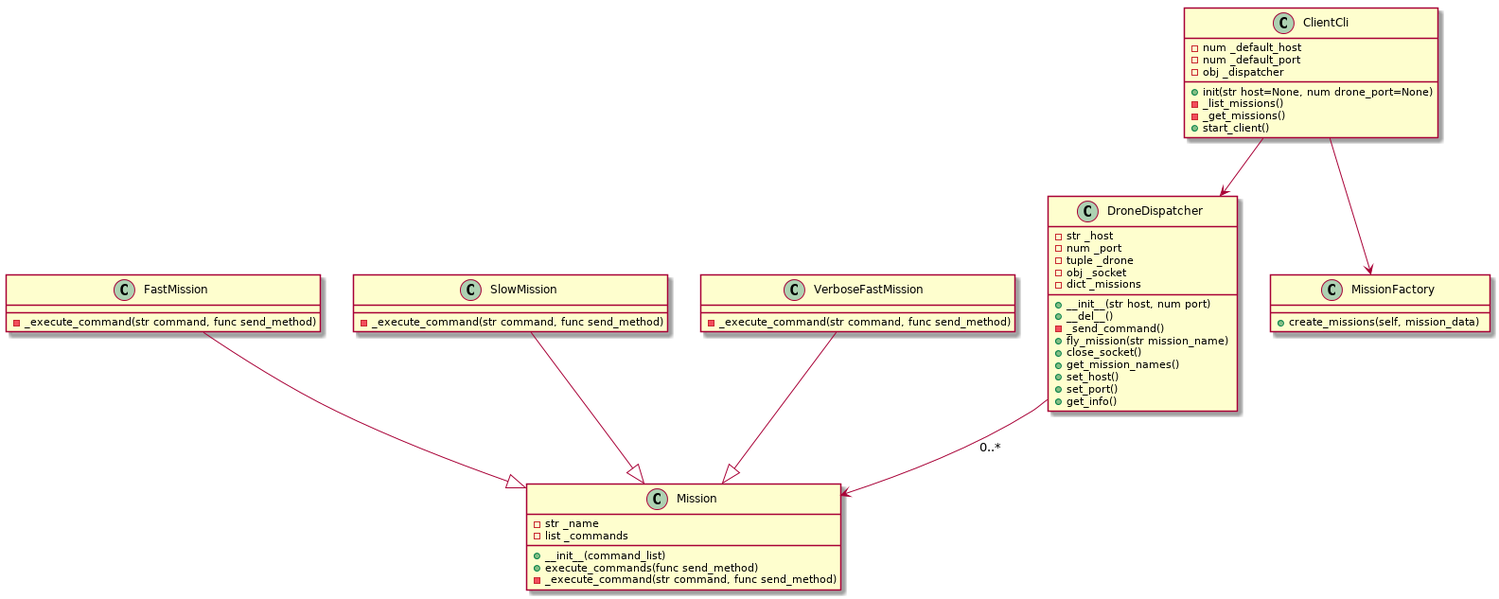
Above: classDiagrams.png in garryjable/TelloDroneMk2 (PlantUML), before the change.
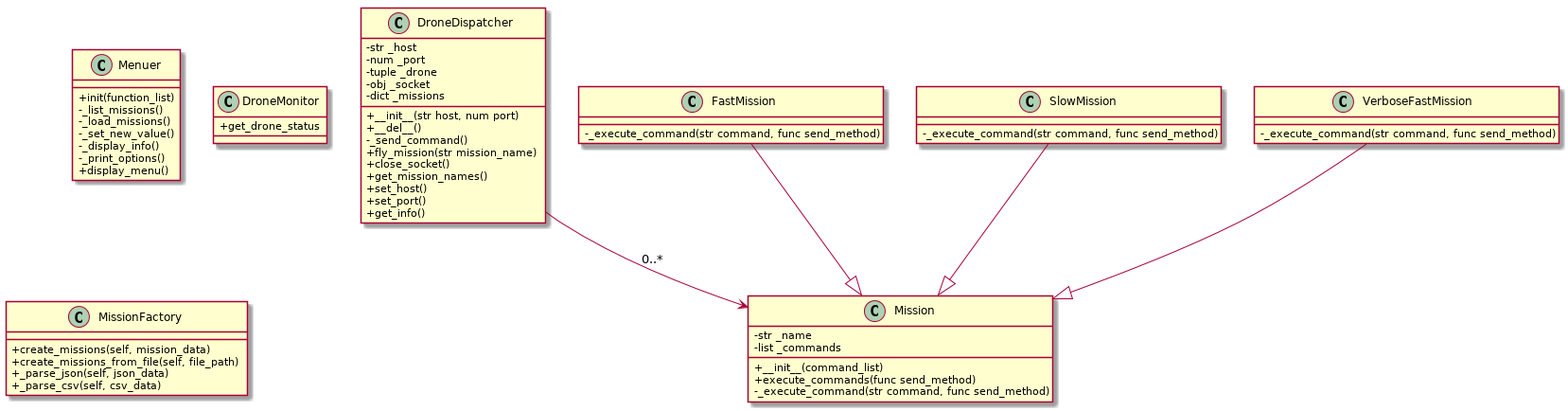
After the change.

Commit message:
design changes to improve flattening and decoupling, adding csv and json

What changed in the source:
```diff
@@ -1,11 +1,21 @@
 @startuml
+
+skinparam classAttributeIconSize 0
 
 DroneDispatcher --> Mission : 0..*
 FastMission --|> Mission
 SlowMission --|> Mission
 VerboseFastMission --|> Mission
-ClientCli --> DroneDispatcher
-ClientCli --> MissionFactory
+
+class Menuer {
+    +init(function_list)
+    -_list_missions()
+    -_load_missions()
+    -_set_new_value()
+    -_display_info()
+    -_print_options()
+    +display_menu()
+}
 
 class DroneDispatcher {
     -str _host
@@ -24,9 +34,17 @@
     +get_info()
 }
 
+class DroneMonitor {
+
+    +get_drone_status
+}
+
 class MissionFactory {
 
     +create_missions(self, mission_data)
+    +create_missions_from_file(self, file_path)
+    +_parse_json(self, json_data)
+    +_parse_csv(self, csv_data)
 
 }
 
@@ -50,16 +68,7 @@
     -_execute_command(str command, func send_method)
 }
 
-class ClientCli {
-    -num _default_host
-    -num _default_port
-    -obj _dispatcher
 
-    +init(str host=None, num drone_port=None)
-    -_list_missions()
-    -_get_missions()
-    +start_client()
-}
 
 
 @enduml
```
